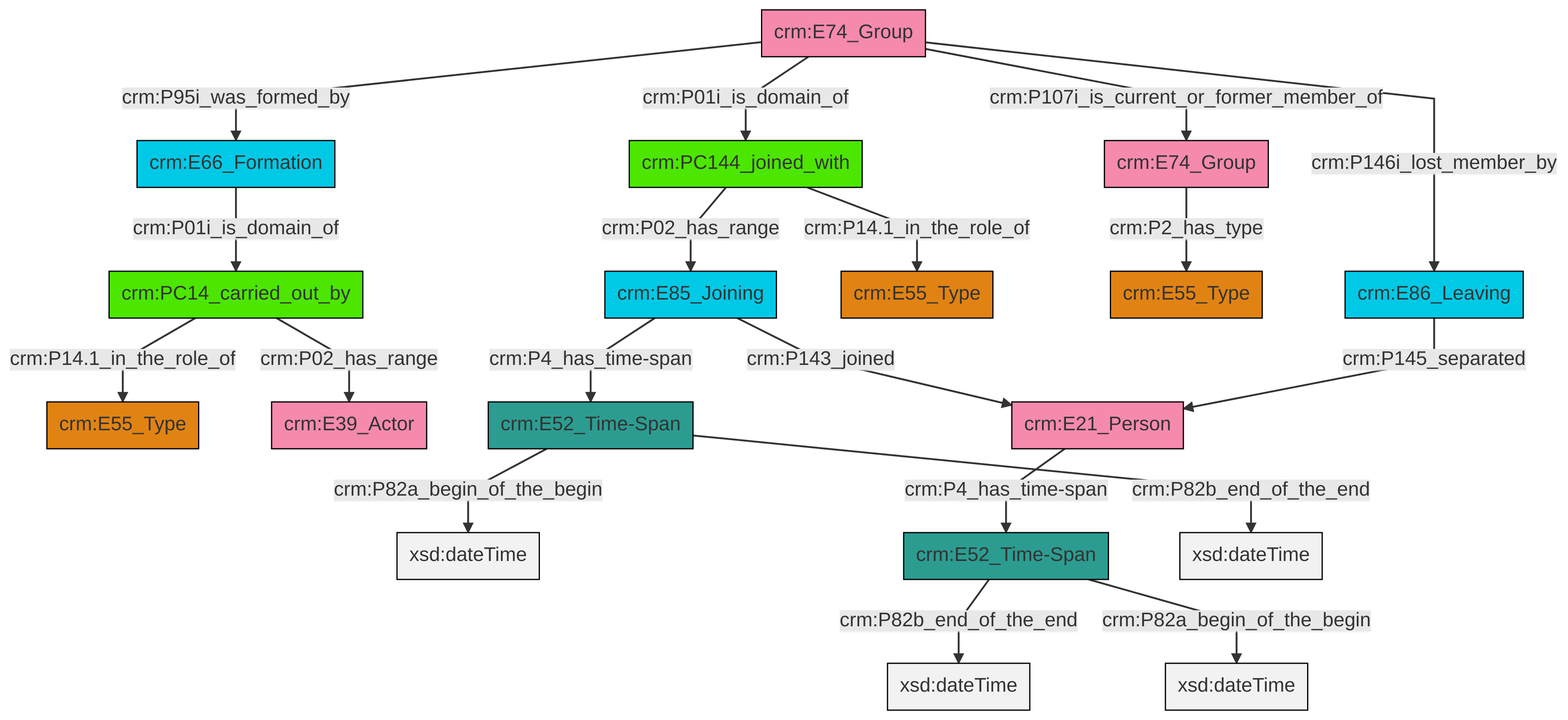
This is et/groupCSV/ttl/mmd/png/group_actor_relations.png from swiss-art-research-net/docs.swissartresearch, a Mermaid export, as it was before one commit. Its source is kept beside it as et/groupCSV/ttl/mmd/group_actor_relations.ttl.mmd.
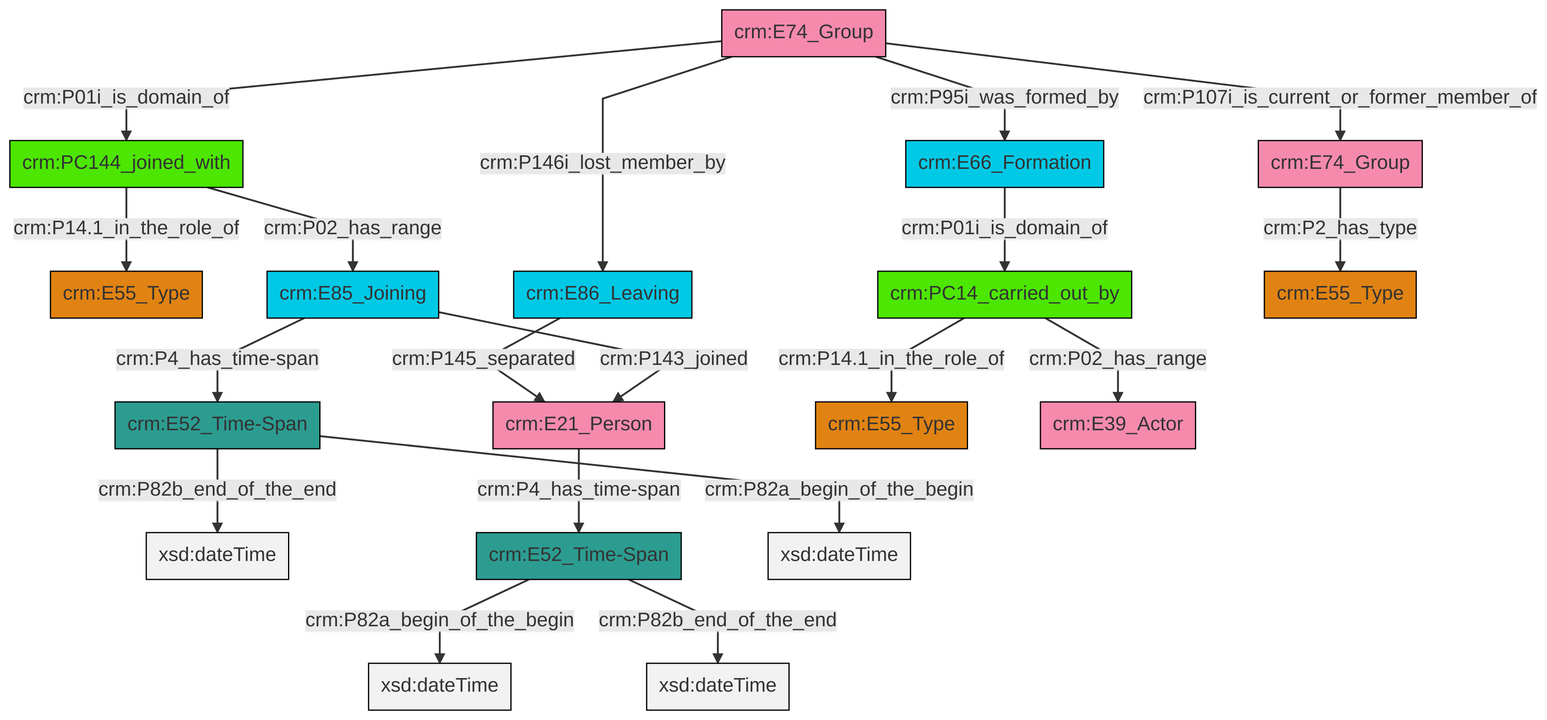
After the change.

Change to the diagram source:
```diff
@@ -13,21 +13,21 @@
 classDef PC_Classes fill:#4ce600, stroke:#000000;
 classDef Multi fill:#cccccc,stroke:#000000;
 
-2["crm:PC14_carried_out_by"]:::PC_Classes -->|crm:P14.1_in_the_role_of| 3["crm:E55_Type"]:::Type
+2["crm:E85_Joining"]:::Temporal_Entity -->|crm:P4_has_time-span| 3["crm:E52_Time-Span"]:::Time-Span
+3["crm:E52_Time-Span"]:::Time-Span -->|crm:P82b_end_of_the_end| 4[xsd:dateTime]:::Literal
+5["crm:PC144_joined_with"]:::PC_Classes -->|crm:P02_has_range| 2["crm:E85_Joining"]:::Temporal_Entity
 6["crm:E52_Time-Span"]:::Time-Span -->|crm:P82a_begin_of_the_begin| 7[xsd:dateTime]:::Literal
-8["crm:PC144_joined_with"]:::PC_Classes -->|crm:P02_has_range| 0["crm:E85_Joining"]:::Temporal_Entity
-13["crm:E21_Person"]:::Actor -->|crm:P4_has_time-span| 9["crm:E52_Time-Span"]:::Time-Span
-2["crm:PC14_carried_out_by"]:::PC_Classes -->|crm:P02_has_range| 4["crm:E39_Actor"]:::Actor
-6["crm:E52_Time-Span"]:::Time-Span -->|crm:P82b_end_of_the_end| 21[xsd:dateTime]:::Literal
-0["crm:E85_Joining"]:::Temporal_Entity -->|crm:P143_joined| 13["crm:E21_Person"]:::Actor
-22["crm:E74_Group"]:::Actor -->|crm:P107i_is_current_or_former_member_of| 16["crm:E74_Group"]:::Actor
-27["crm:E86_Leaving"]:::Temporal_Entity -->|crm:P145_separated| 13["crm:E21_Person"]:::Actor
-8["crm:PC144_joined_with"]:::PC_Classes -->|crm:P14.1_in_the_role_of| 14["crm:E55_Type"]:::Type
-22["crm:E74_Group"]:::Actor -->|crm:P01i_is_domain_of| 8["crm:PC144_joined_with"]:::PC_Classes
-11["crm:E66_Formation"]:::Temporal_Entity -->|crm:P01i_is_domain_of| 2["crm:PC14_carried_out_by"]:::PC_Classes
-16["crm:E74_Group"]:::Actor -->|crm:P2_has_type| 23["crm:E55_Type"]:::Type
-9["crm:E52_Time-Span"]:::Time-Span -->|crm:P82b_end_of_the_end| 31[xsd:dateTime]:::Literal
-22["crm:E74_Group"]:::Actor -->|crm:P95i_was_formed_by| 11["crm:E66_Formation"]:::Temporal_Entity
-22["crm:E74_Group"]:::Actor -->|crm:P146i_lost_member_by| 27["crm:E86_Leaving"]:::Temporal_Entity
-0["crm:E85_Joining"]:::Temporal_Entity -->|crm:P4_has_time-span| 6["crm:E52_Time-Span"]:::Time-Span
-9["crm:E52_Time-Span"]:::Time-Span -->|crm:P82a_begin_of_the_begin| 33[xsd:dateTime]:::Literal
+21["crm:E74_Group"]:::Actor -->|crm:P01i_is_domain_of| 5["crm:PC144_joined_with"]:::PC_Classes
+21["crm:E74_Group"]:::Actor -->|crm:P107i_is_current_or_former_member_of| 12["crm:E74_Group"]:::Actor
+3["crm:E52_Time-Span"]:::Time-Span -->|crm:P82a_begin_of_the_begin| 24[xsd:dateTime]:::Literal
+25["crm:E86_Leaving"]:::Temporal_Entity -->|crm:P145_separated| 8["crm:E21_Person"]:::Actor
+6["crm:E52_Time-Span"]:::Time-Span -->|crm:P82b_end_of_the_end| 26[xsd:dateTime]:::Literal
+5["crm:PC144_joined_with"]:::PC_Classes -->|crm:P14.1_in_the_role_of| 0["crm:E55_Type"]:::Type
+14["crm:E66_Formation"]:::Temporal_Entity -->|crm:P01i_is_domain_of| 18["crm:PC14_carried_out_by"]:::PC_Classes
+2["crm:E85_Joining"]:::Temporal_Entity -->|crm:P143_joined| 8["crm:E21_Person"]:::Actor
+12["crm:E74_Group"]:::Actor -->|crm:P2_has_type| 27["crm:E55_Type"]:::Type
+21["crm:E74_Group"]:::Actor -->|crm:P95i_was_formed_by| 14["crm:E66_Formation"]:::Temporal_Entity
+8["crm:E21_Person"]:::Actor -->|crm:P4_has_time-span| 6["crm:E52_Time-Span"]:::Time-Span
+18["crm:PC14_carried_out_by"]:::PC_Classes -->|crm:P14.1_in_the_role_of| 10["crm:E55_Type"]:::Type
+18["crm:PC14_carried_out_by"]:::PC_Classes -->|crm:P02_has_range| 33["crm:E39_Actor"]:::Actor
+21["crm:E74_Group"]:::Actor -->|crm:P146i_lost_member_by| 25["crm:E86_Leaving"]:::Temporal_Entity
```
